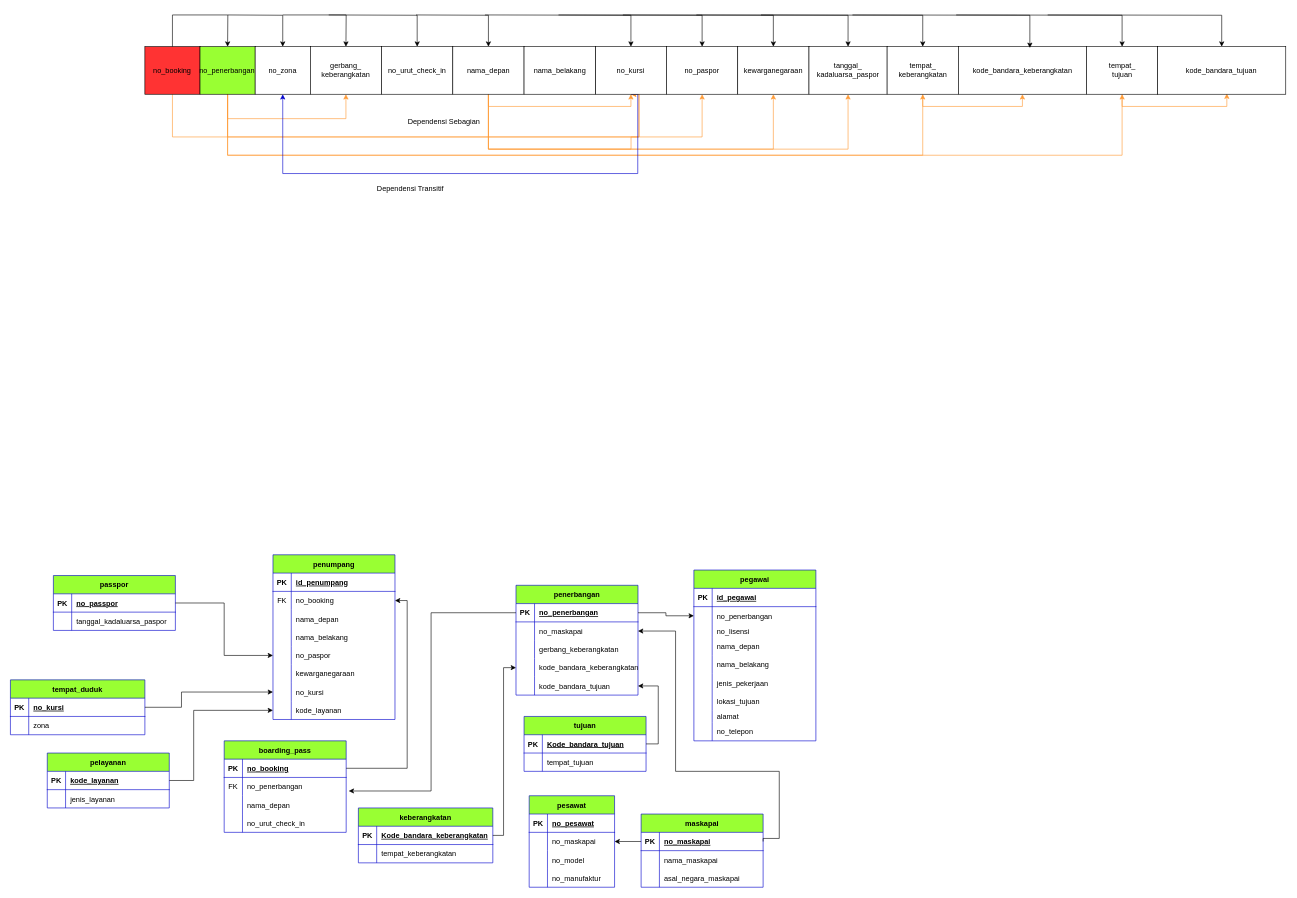
Before: page "Fixed Relasi Entitas" (2 of 5) of ER Diagram/ADD.drawio in Edwin-Jaya/Data-Design-Analytics-Project, a draw.io diagram. Source tidied: cells renumbered, new cells numbered last; positions are measured from the earlier drawing's top-left corner, leaving out a move shared by most shapes. Both pictures are drawn from the tidied source at 61%, with x=0, y=0 at pixel (10, 15).
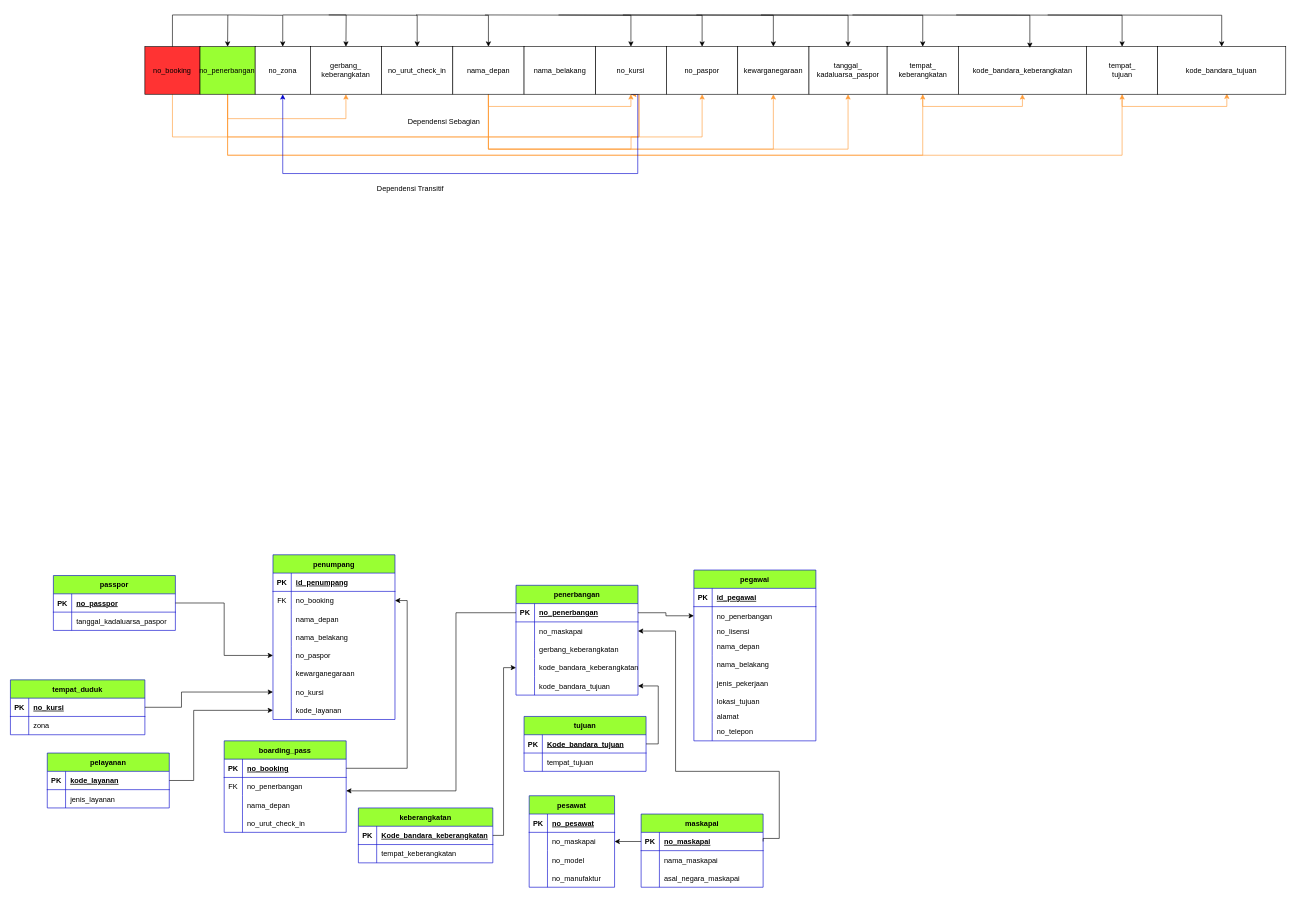
The same diagram, later.

The change refers to these unchanged cells:
```xml
<mxCell id="92" style="shape=tableRow;horizontal=0;startSize=0;swimlaneHead=0;swimlaneBody=0;fillColor=none;points=[[0,0.5],[1,0.5]];portConstraint=eastwest;top=0;left=0;right=0;bottom=1;strokeColor=#0000CC;fontSize=12;" parent="91" vertex="1">
  <mxGeometry y="30" width="200" height="30" as="geometry" />
</mxCell>
<mxCell id="129" style="shape=tableRow;horizontal=0;startSize=0;swimlaneHead=0;swimlaneBody=0;fillColor=none;points=[[0,0.5],[1,0.5]];portConstraint=eastwest;top=0;left=0;right=0;bottom=0;strokeColor=#0000CC;fontSize=12;" parent="125" vertex="1">
  <mxGeometry y="60" width="200" height="30" as="geometry" />
</mxCell>
```

What changed in the source:
```diff
@@
-    <mxCell id="138" style="edgeStyle=orthogonalEdgeStyle;rounded=0;jettySize=auto;html=1;exitX=0;exitY=0.5;exitDx=0;exitDy=0;entryX=1.021;entryY=0.74;entryDx=0;entryDy=0;entryPerimeter=0;" parent="1" edge="1" source="92" target="129">
-      <mxGeometry relative="1" as="geometry" />
+    <mxCell id="138" style="edgeStyle=orthogonalEdgeStyle;rounded=0;jettySize=auto;html=1;exitX=0;exitY=0.5;exitDx=0;exitDy=0;" parent="1" edge="1" source="92">
+      <mxGeometry relative="1" as="geometry">
+        <mxPoint x="550" y="1272" as="targetPoint" />
+        <Array as="points">
+          <mxPoint x="730" y="980" />
+          <mxPoint x="730" y="1272" />
+        </Array>
+      </mxGeometry>
     </mxCell>
```
